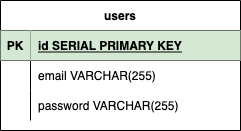
Above: ERD.drawio.png in mvanzo/P2-Dir (draw.io), before the change. Source tidied: cells renumbered, new cells last; positions are measured from the earlier drawing's top-left corner, leaving out a move shared by most shapes.
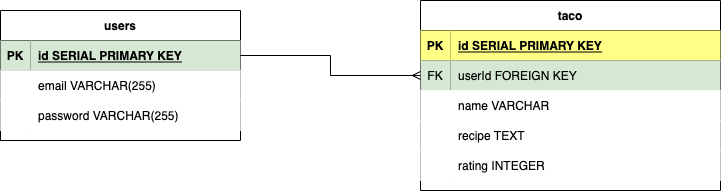
After the commit.

Diff of the diagram source:
```diff
@@ -14,23 +14,74 @@
     <mxCell id="5" value="id SERIAL PRIMARY KEY" style="shape=partialRectangle;fillColor=#d5e8d4;top=0;left=0;bottom=0;right=0;align=left;spacingLeft=6;fontStyle=5;overflow=hidden;strokeColor=#82b366;" parent="3" vertex="1">
       <mxGeometry x="30" width="210" height="30" as="geometry" />
     </mxCell>
-    <mxCell id="6" style="shape=tableRow;horizontal=0;startSize=0;swimlaneHead=0;swimlaneBody=0;fillColor=none;top=0;left=0;right=0;bottom=0;" parent="2" vertex="1">
+    <mxCell id="6" style="shape=tableRow;horizontal=0;startSize=0;swimlaneHead=0;swimlaneBody=0;top=0;left=0;right=0;bottom=0;" parent="2" vertex="1">
       <mxGeometry y="60" width="240" height="30" as="geometry" />
     </mxCell>
-    <mxCell id="7" style="shape=partialRectangle;fillColor=none;top=0;left=0;bottom=0;right=0;overflow=hidden;" parent="6" vertex="1">
+    <mxCell id="7" style="shape=partialRectangle;top=0;left=0;bottom=0;right=0;overflow=hidden;" parent="6" vertex="1">
       <mxGeometry width="30" height="30" as="geometry" />
     </mxCell>
-    <mxCell id="8" value="email VARCHAR(255)" style="shape=partialRectangle;fillColor=none;top=0;left=0;bottom=0;right=0;align=left;spacingLeft=6;overflow=hidden;" parent="6" vertex="1">
+    <mxCell id="8" value="email VARCHAR(255)" style="shape=partialRectangle;top=0;left=0;bottom=0;right=0;align=left;spacingLeft=6;overflow=hidden;" parent="6" vertex="1">
       <mxGeometry x="30" width="210" height="30" as="geometry" />
     </mxCell>
-    <mxCell id="9" style="shape=tableRow;horizontal=0;startSize=0;swimlaneHead=0;swimlaneBody=0;fillColor=none;top=0;left=0;right=0;bottom=0;" parent="2" vertex="1">
+    <mxCell id="9" style="shape=tableRow;horizontal=0;startSize=0;swimlaneHead=0;swimlaneBody=0;top=0;left=0;right=0;bottom=0;" parent="2" vertex="1">
       <mxGeometry y="90" width="240" height="30" as="geometry" />
     </mxCell>
-    <mxCell id="10" style="shape=partialRectangle;fillColor=none;top=0;left=0;bottom=0;right=0;overflow=hidden;" parent="9" vertex="1">
+    <mxCell id="10" style="shape=partialRectangle;top=0;left=0;bottom=0;right=0;overflow=hidden;" parent="9" vertex="1">
       <mxGeometry width="30" height="30" as="geometry" />
     </mxCell>
-    <mxCell id="11" value="password VARCHAR(255)" style="shape=partialRectangle;fillColor=none;top=0;left=0;bottom=0;right=0;align=left;spacingLeft=6;overflow=hidden;" parent="9" vertex="1">
+    <mxCell id="11" value="password VARCHAR(255)" style="shape=partialRectangle;top=0;left=0;bottom=0;right=0;align=left;spacingLeft=6;overflow=hidden;" parent="9" vertex="1">
       <mxGeometry x="30" width="210" height="30" as="geometry" />
     </mxCell>
+    <mxCell id="12" value="taco" style="shape=table;startSize=30;rowLines=0;fontStyle=1;align=center;" parent="1" vertex="1">
+      <mxGeometry x="420" y="-10" width="300" height="190" as="geometry" />
+    </mxCell>
+    <mxCell id="13" style="shape=tableRow;horizontal=0;startSize=0;swimlaneHead=0;swimlaneBody=0;fillColor=none;top=0;left=0;right=0;bottom=1;" parent="12" vertex="1">
+      <mxGeometry y="30" width="300" height="30" as="geometry" />
+    </mxCell>
+    <mxCell id="14" value="PK" style="shape=partialRectangle;fillColor=#ffff88;top=0;left=0;bottom=0;right=0;fontStyle=1;overflow=hidden;strokeColor=#36393d;" parent="13" vertex="1">
+      <mxGeometry width="30" height="30" as="geometry" />
+    </mxCell>
+    <mxCell id="15" value="id SERIAL PRIMARY KEY" style="shape=partialRectangle;fillColor=#ffff88;top=0;left=0;bottom=0;right=0;align=left;spacingLeft=6;fontStyle=5;overflow=hidden;strokeColor=#36393d;" parent="13" vertex="1">
+      <mxGeometry x="30" width="270" height="30" as="geometry" />
+    </mxCell>
+    <mxCell id="16" style="shape=tableRow;horizontal=0;startSize=0;swimlaneHead=0;swimlaneBody=0;fillColor=none;points=[[0,0.5],[1,0.5]];portConstraint=eastwest;top=0;left=0;right=0;bottom=0;" parent="12" vertex="1">
+      <mxGeometry y="60" width="300" height="30" as="geometry" />
+    </mxCell>
+    <mxCell id="17" value="FK" style="shape=partialRectangle;top=0;left=0;bottom=0;right=0;fontStyle=0;overflow=hidden;fillColor=#d5e8d4;strokeColor=#82b366;" parent="16" vertex="1">
+      <mxGeometry width="30" height="30" as="geometry" />
+    </mxCell>
+    <mxCell id="18" value="userId FOREIGN KEY" style="shape=partialRectangle;top=0;left=0;bottom=0;right=0;align=left;spacingLeft=6;fontStyle=0;overflow=hidden;fillColor=#d5e8d4;strokeColor=#82b366;" parent="16" vertex="1">
+      <mxGeometry x="30" width="270" height="30" as="geometry" />
+    </mxCell>
+    <mxCell id="19" style="shape=tableRow;horizontal=0;startSize=0;swimlaneHead=0;swimlaneBody=0;top=0;left=0;right=0;bottom=0;" parent="12" vertex="1">
+      <mxGeometry y="90" width="300" height="30" as="geometry" />
+    </mxCell>
+    <mxCell id="20" style="shape=partialRectangle;top=0;left=0;bottom=0;right=0;overflow=hidden;" parent="19" vertex="1">
+      <mxGeometry width="30" height="30" as="geometry" />
+    </mxCell>
+    <mxCell id="21" value="name VARCHAR" style="shape=partialRectangle;top=0;left=0;bottom=0;right=0;align=left;spacingLeft=6;overflow=hidden;" parent="19" vertex="1">
+      <mxGeometry x="30" width="270" height="30" as="geometry" />
+    </mxCell>
+    <mxCell id="22" style="shape=tableRow;horizontal=0;startSize=0;swimlaneHead=0;swimlaneBody=0;top=0;left=0;right=0;bottom=0;" parent="12" vertex="1">
+      <mxGeometry y="120" width="300" height="30" as="geometry" />
+    </mxCell>
+    <mxCell id="23" style="shape=partialRectangle;top=0;left=0;bottom=0;right=0;overflow=hidden;" parent="22" vertex="1">
+      <mxGeometry width="30" height="30" as="geometry" />
+    </mxCell>
+    <mxCell id="24" value="recipe TEXT" style="shape=partialRectangle;top=0;left=0;bottom=0;right=0;align=left;spacingLeft=6;overflow=hidden;" parent="22" vertex="1">
+      <mxGeometry x="30" width="270" height="30" as="geometry" />
+    </mxCell>
+    <mxCell id="25" style="shape=tableRow;horizontal=0;startSize=0;swimlaneHead=0;swimlaneBody=0;top=0;left=0;right=0;bottom=0;" parent="12" vertex="1">
+      <mxGeometry y="150" width="300" height="30" as="geometry" />
+    </mxCell>
+    <mxCell id="26" style="shape=partialRectangle;top=0;left=0;bottom=0;right=0;overflow=hidden;" parent="25" vertex="1">
+      <mxGeometry width="30" height="30" as="geometry" />
+    </mxCell>
+    <mxCell id="27" value="rating INTEGER" style="shape=partialRectangle;top=0;left=0;bottom=0;right=0;align=left;spacingLeft=6;overflow=hidden;" parent="25" vertex="1">
+      <mxGeometry x="30" width="270" height="30" as="geometry" />
+    </mxCell>
+    <mxCell id="28" style="edgeStyle=orthogonalEdgeStyle;rounded=0;jettySize=auto;html=1;entryX=0;entryY=0.5;entryDx=0;entryDy=0;endArrow=ERmany;endFill=0;" parent="1" edge="1" source="3" target="16">
+      <mxGeometry relative="1" as="geometry" />
+    </mxCell>
   </root>
 </mxGraphModel>
```
